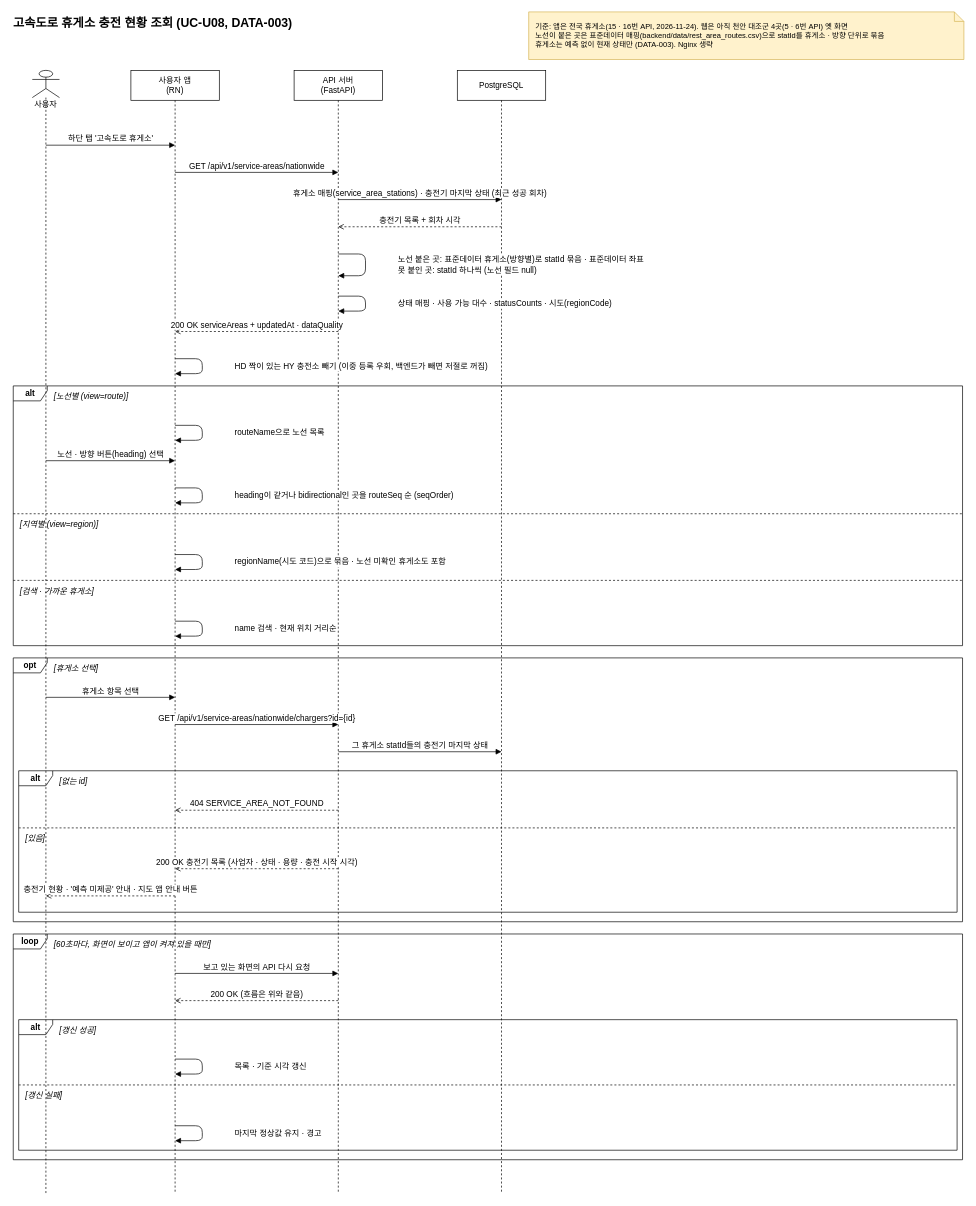
Earlier version of the draw.io diagram docs/diagrams_new/sequence-휴게소 충전 현황 조회.drawio (2026-Capstone4/ev-flow). Source tidied: cells renumbered, new cells numbered last; positions are measured from the earlier drawing's top-left corner, leaving out a move shared by most shapes. Both pictures are drawn from the tidied source at 68%, with x=0, y=0 at pixel (12, 12).
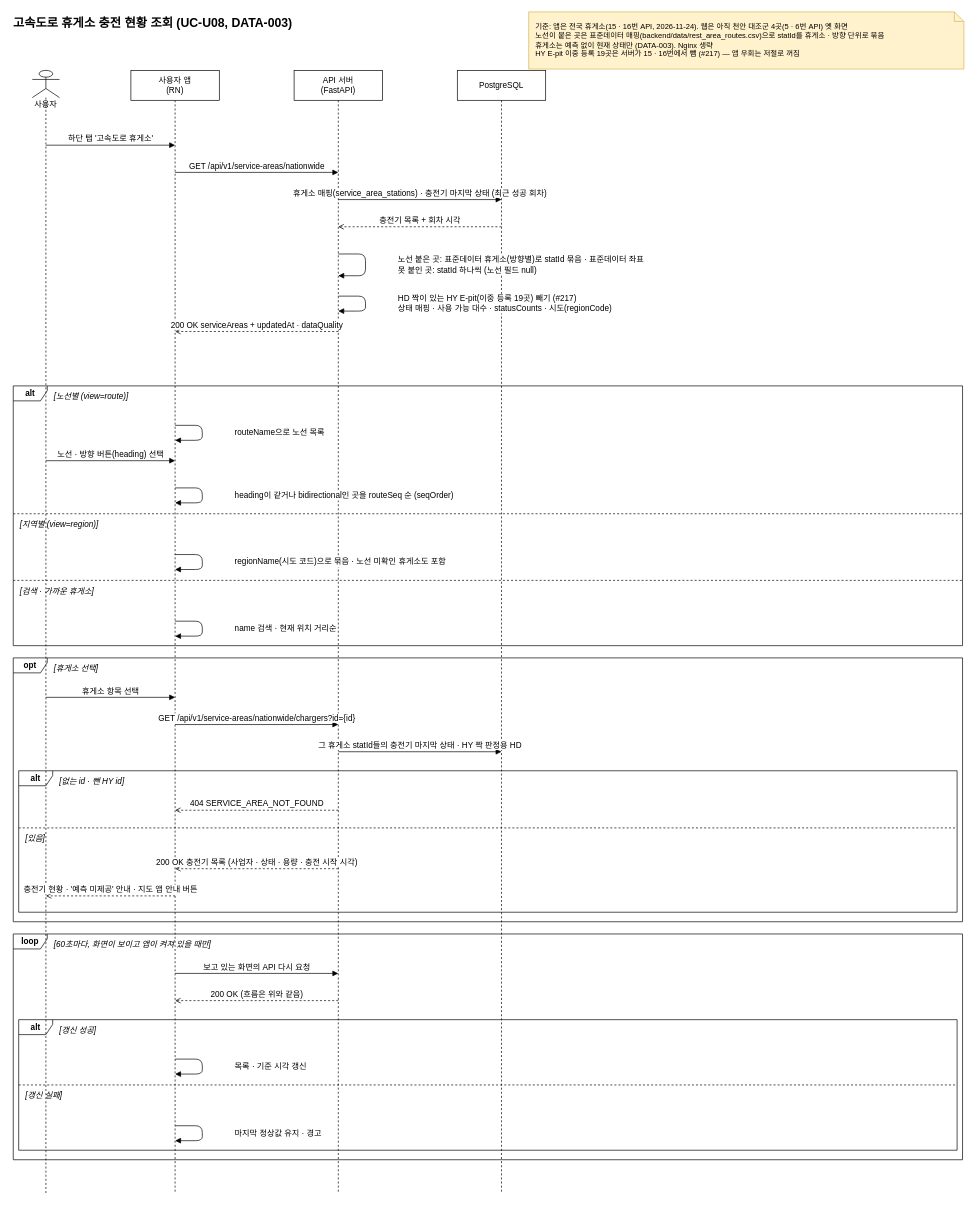
Above is the later version.

Commit message (it also covers changes not shown here):
docs(docs): 다이어그램 · 결정 기록을 #217 · #218 뒤 기준으로 맞춤 (#220)

Diff of the diagram source:
```diff
@@
-    <mxCell id="12" value="기준: 앱은 전국 휴게소(15 · 16번 API, 2026-11-24). 웹은 아직 천안 대조군 4곳(5 · 6번 API) 옛 화면&lt;br&gt;노선이 붙은 곳은 표준데이터 매핑(backend/data/rest_area_routes.csv)으로 statId를 휴게소 · 방향 단위로 묶음&lt;br&gt;휴게소는 예측 없이 현재 상태만 (DATA-003). Nginx 생략" style="shape=note;whiteSpace=wrap;html=1;size=14;align=left;spacingLeft=8;fillColor=#fff2cc;strokeColor=#d6b656;fontFamily=Pretendard;fontSize=11;" parent="1" vertex="1">
-      <mxGeometry x="760" width="640" height="70" as="geometry" />
+    <mxCell id="12" value="기준: 앱은 전국 휴게소(15 · 16번 API, 2026-11-24). 웹은 아직 천안 대조군 4곳(5 · 6번 API) 옛 화면&lt;br&gt;노선이 붙은 곳은 표준데이터 매핑(backend/data/rest_area_routes.csv)으로 statId를 휴게소 · 방향 단위로 묶음&lt;br&gt;휴게소는 예측 없이 현재 상태만 (DATA-003). Nginx 생략&lt;br&gt;HY E-pit 이중 등록 19곳은 서버가 15 · 16번에서 뺌 (#217) — 앱 우회는 저절로 꺼짐" style="shape=note;whiteSpace=wrap;html=1;size=14;align=left;spacingLeft=8;fillColor=#fff2cc;strokeColor=#d6b656;fontFamily=Pretendard;fontSize=11;" parent="1" vertex="1">
+      <mxGeometry x="760" width="640" height="84" as="geometry" />
     </mxCell>
@@
-    <mxCell id="18" value="상태 매핑 · 사용 가능 대수 · statusCounts · 시도(regionCode)" style="endArrow=block;endFill=1;html=1;align=left;spacingLeft=46;labelBackgroundColor=#ffffff;fontFamily=Pretendard;fontSize=12;" parent="1" edge="1">
+    <mxCell id="18" value="HD 짝이 있는 HY E-pit(이중 등록 19곳) 빼기 (#217)&lt;br&gt;상태 매핑 · 사용 가능 대수 · statusCounts · 시도(regionCode)" style="endArrow=block;endFill=1;html=1;align=left;spacingLeft=46;labelBackgroundColor=#ffffff;fontFamily=Pretendard;fontSize=12;" parent="1" edge="1">
       <mxGeometry relative="1" as="geometry">
         <mxPoint x="480" y="418" as="sourcePoint" />
         <mxPoint x="480" y="440" as="targetPoint" />
         <Array as="points">
           <mxPoint x="520" y="418" />
           <mxPoint x="520" y="440" />
         </Array>
       </mxGeometry>
     </mxCell>
@@
-    <mxCell id="20" value="HD 짝이 있는 HY 충전소 빼기 (이중 등록 우회, 백엔드가 빼면 저절로 꺼짐)" style="endArrow=block;endFill=1;html=1;align=left;spacingLeft=46;labelBackgroundColor=#ffffff;fontFamily=Pretendard;fontSize=12;" parent="1" edge="1">
-      <mxGeometry relative="1" as="geometry">
-        <mxPoint x="240" y="510" as="sourcePoint" />
-        <mxPoint x="240" y="532" as="targetPoint" />
-        <Array as="points">
-          <mxPoint x="280" y="510" />
-          <mxPoint x="280" y="532" />
-        </Array>
-      </mxGeometry>
-    </mxCell>
@@
-    <mxCell id="34" value="그 휴게소 statId들의 충전기 마지막 상태" style="endArrow=block;endFill=1;html=1;verticalAlign=bottom;labelBackgroundColor=#ffffff;fontFamily=Pretendard;fontSize=12;" parent="1" edge="1">
+    <mxCell id="34" value="그 휴게소 statId들의 충전기 마지막 상태 · HY 짝 판정용 HD" style="endArrow=block;endFill=1;html=1;verticalAlign=bottom;labelBackgroundColor=#ffffff;fontFamily=Pretendard;fontSize=12;" parent="1" edge="1">
       <mxGeometry relative="1" as="geometry">
         <mxPoint x="480" y="1088" as="sourcePoint" />
         <mxPoint x="720" y="1088" as="targetPoint" />
       </mxGeometry>
     </mxCell>
-    <mxCell id="35" value="[없는 id]" style="text;html=1;align=left;verticalAlign=top;fontStyle=2;fontFamily=Pretendard;fontSize=12;" parent="1" vertex="1">
+    <mxCell id="35" value="[없는 id · 뺀 HY id]" style="text;html=1;align=left;verticalAlign=top;fontStyle=2;fontFamily=Pretendard;fontSize=12;" parent="1" vertex="1">
       <mxGeometry x="68" y="1118" width="138" height="20" as="geometry" />
     </mxCell>
```
